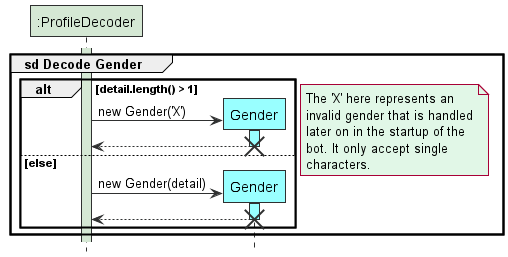
Earlier version of the PlantUML export docs/images/DecodeGender.png (tryyang2001/tp).
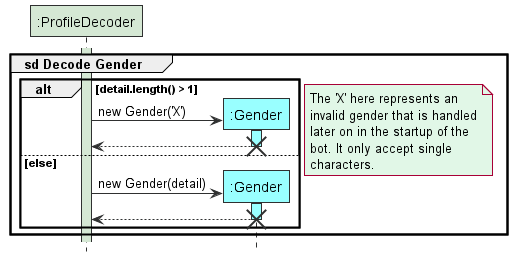
The same file after the commit.

The edit, as a diff of the source:
```diff
@@ -5,7 +5,7 @@
 
 group sd Decode Gender
 participant ":ProfileDecoder" As ProfileDecoder STORAGE_COLOUR
-participant Gender DATA_COLOUR
+participant ":Gender" As Gender DATA_COLOUR
 activate ProfileDecoder STORAGE_COLOUR
 alt detail.length() > 1
 ProfileDecoder -> Gender ** DATA_COLOUR: new Gender('X')
```
